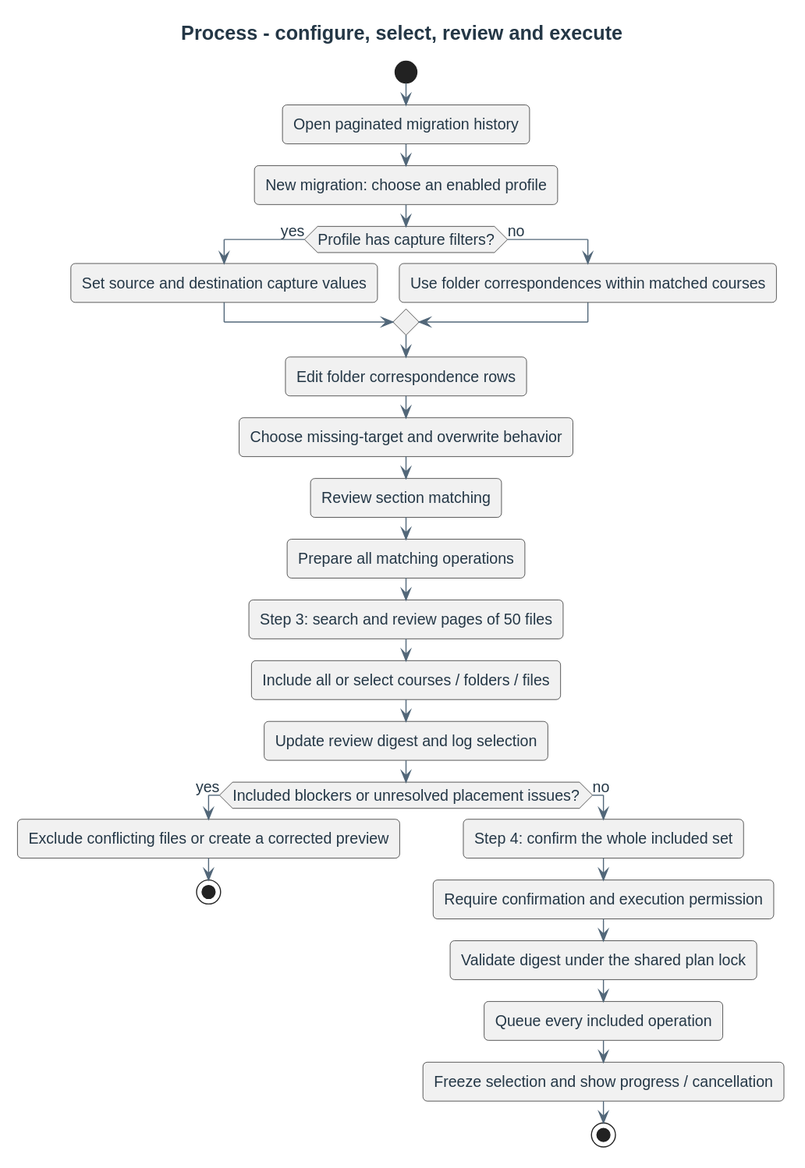
didactika/moodle-local_coursefiles keeps this PlantUML diagram as docs/diagrams/behavior/processes/administration-migration.svg. Above is the earlier version.
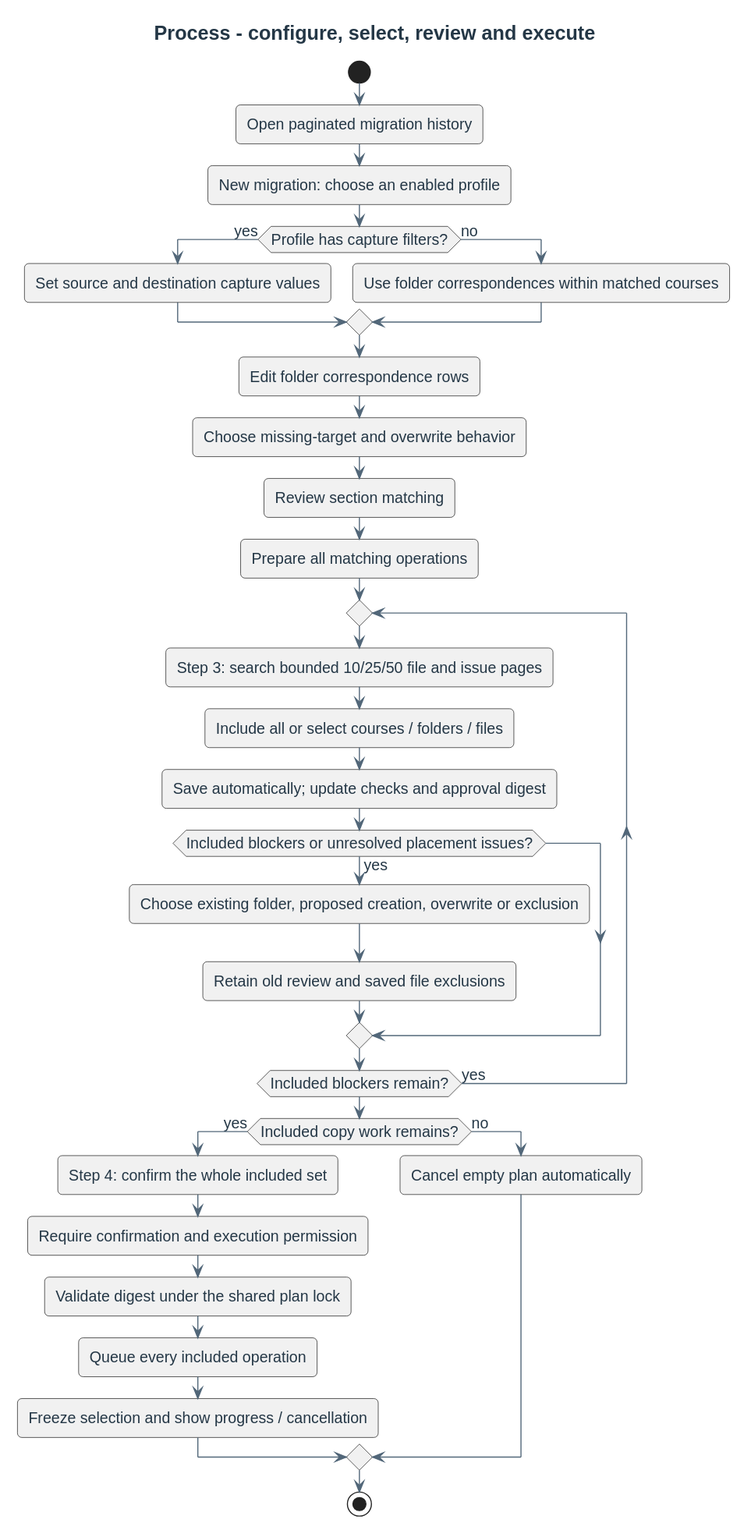
The same file after the commit.

Change to the diagram source:
```diff
@@ -13,18 +13,23 @@
 :Choose missing-target and overwrite behavior;
 :Review section matching;
 :Prepare all matching operations;
-:Step 3: search and review pages of 50 files;
+repeat
+:Step 3: search bounded 10/25/50 file and issue pages;
 :Include all or select courses / folders / files;
-:Update review digest and log selection;
+:Save automatically; update checks and approval digest;
 if (Included blockers or unresolved placement issues?) then (yes)
-  :Exclude conflicting files or create a corrected preview;
-  stop
-else (no)
+  :Choose existing folder, proposed creation, overwrite or exclusion;
+  :Retain old review and saved file exclusions;
+endif
+repeat while (Included blockers remain?) is (yes)
+if (Included copy work remains?) then (yes)
   :Step 4: confirm the whole included set;
   :Require confirmation and execution permission;
   :Validate digest under the shared plan lock;
   :Queue every included operation;
   :Freeze selection and show progress / cancellation;
-  stop
+else (no)
+  :Cancel empty plan automatically;
 endif
+stop
 @enduml
```
